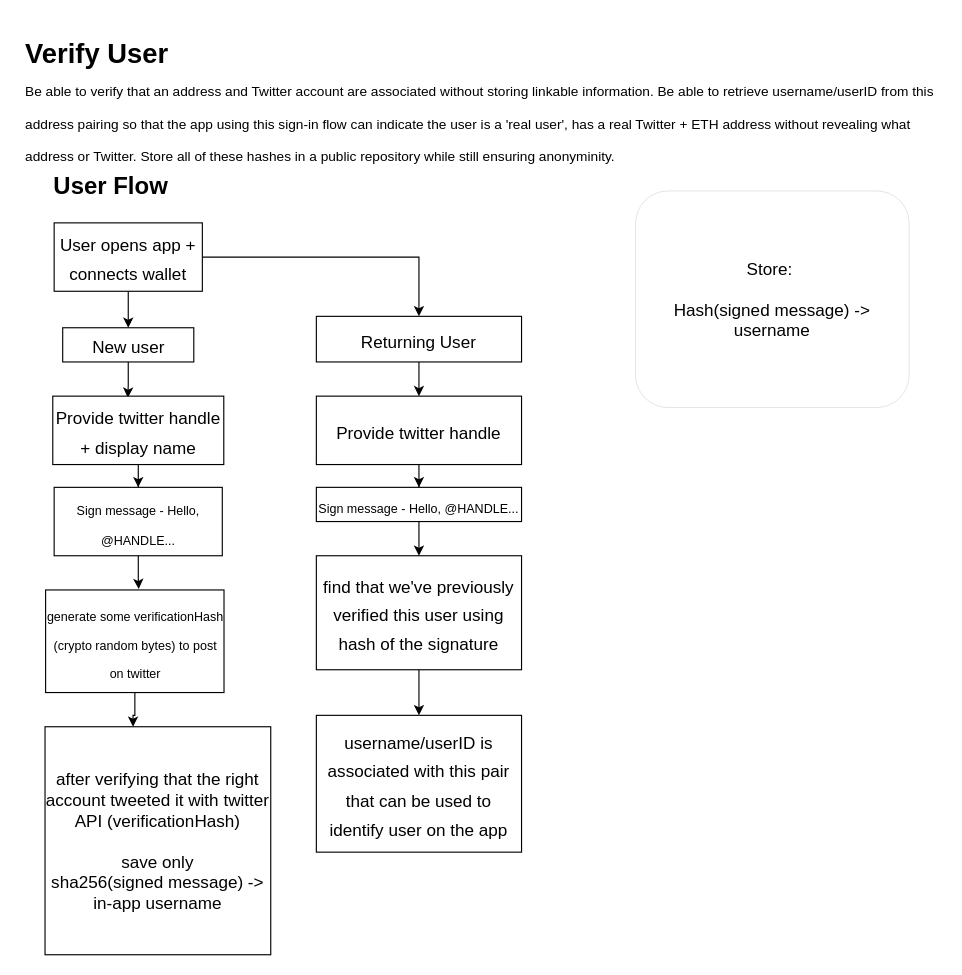
straightupjac/verify-user keeps this draw.io diagram as verify-user.drawio. Above is the earlier version. Source tidied: cells renumbered, new cells numbered last; positions are measured from the earlier drawing's top-left corner, leaving out a move shared by most shapes. Both pictures are drawn from the tidied source at 114%, with x=0, y=0 at pixel (19, 31).
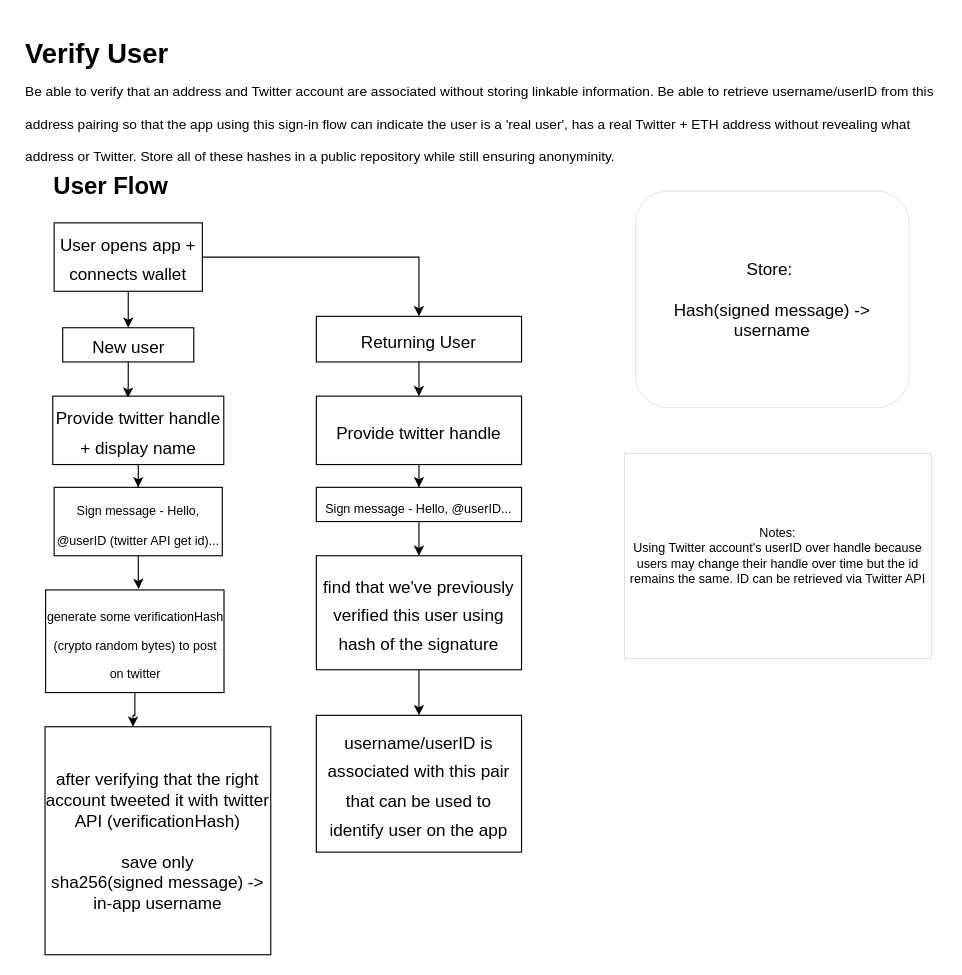
The same page after the edit.

The edit, as a diff of the source:
```diff
@@
-    <mxCell id="14" value="&lt;font style=&quot;font-size: 11px;&quot;&gt;Sign message - Hello, @HANDLE...&lt;/font&gt;" style="rounded=0;whiteSpace=wrap;html=1;fontSize=21;" parent="1" vertex="1">
+    <mxCell id="14" value="&lt;font style=&quot;font-size: 11px;&quot;&gt;Sign message - Hello, @userID (twitter API get id)...&lt;/font&gt;" style="rounded=0;whiteSpace=wrap;html=1;fontSize=21;" parent="1" vertex="1">
       <mxGeometry x="30" y="400" width="147.5" height="60" as="geometry" />
     </mxCell>
@@
-    <mxCell id="23" value="&lt;span style=&quot;font-size: 11px;&quot;&gt;Sign message - Hello, @HANDLE...&lt;/span&gt;" style="rounded=0;whiteSpace=wrap;html=1;fontSize=21;" parent="1" vertex="1">
+    <mxCell id="23" value="&lt;span style=&quot;font-size: 11px;&quot;&gt;Sign message - Hello, @userID...&lt;/span&gt;" style="rounded=0;whiteSpace=wrap;html=1;fontSize=21;" parent="1" vertex="1">
       <mxGeometry x="260" y="400" width="180" height="30" as="geometry" />
     </mxCell>
@@
+    <mxCell id="26" value="Notes:&lt;br&gt;Using Twitter account's userID over handle because users may change their handle over time but the id remains the same. ID can be retrieved via Twitter API" style="whiteSpace=wrap;html=1;fontSize=11;strokeWidth=0;" parent="1" vertex="1">
+      <mxGeometry x="530" y="370" width="270" height="180" as="geometry" />
+    </mxCell>
```
